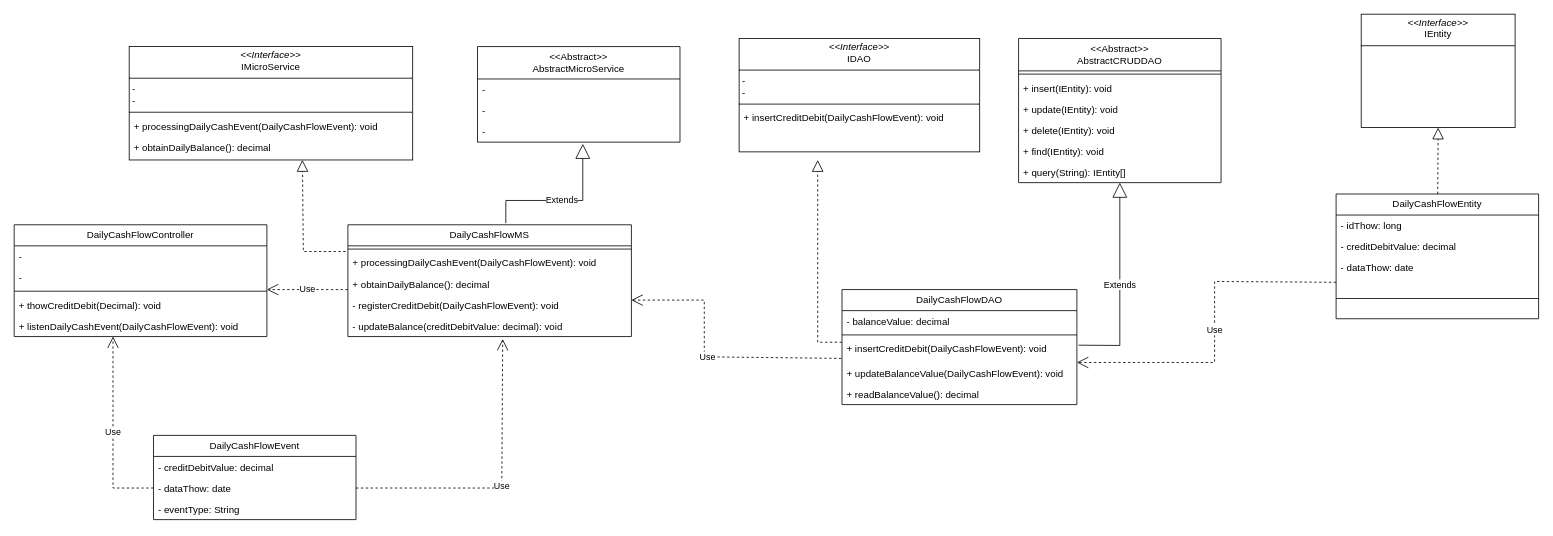
Before: page "Software Class Diagram" (2 of 3) of documentation/DailyCashFlowArchitecture.drawio in wellamaral2007/DailyCashFlowAPI, a draw.io diagram. Source tidied: cells renumbered, new cells numbered last; positions are measured from the earlier drawing's top-left corner, leaving out a move shared by most shapes. Both pictures are drawn from the tidied source at 81%, with x=0, y=0 at pixel (14, 14).
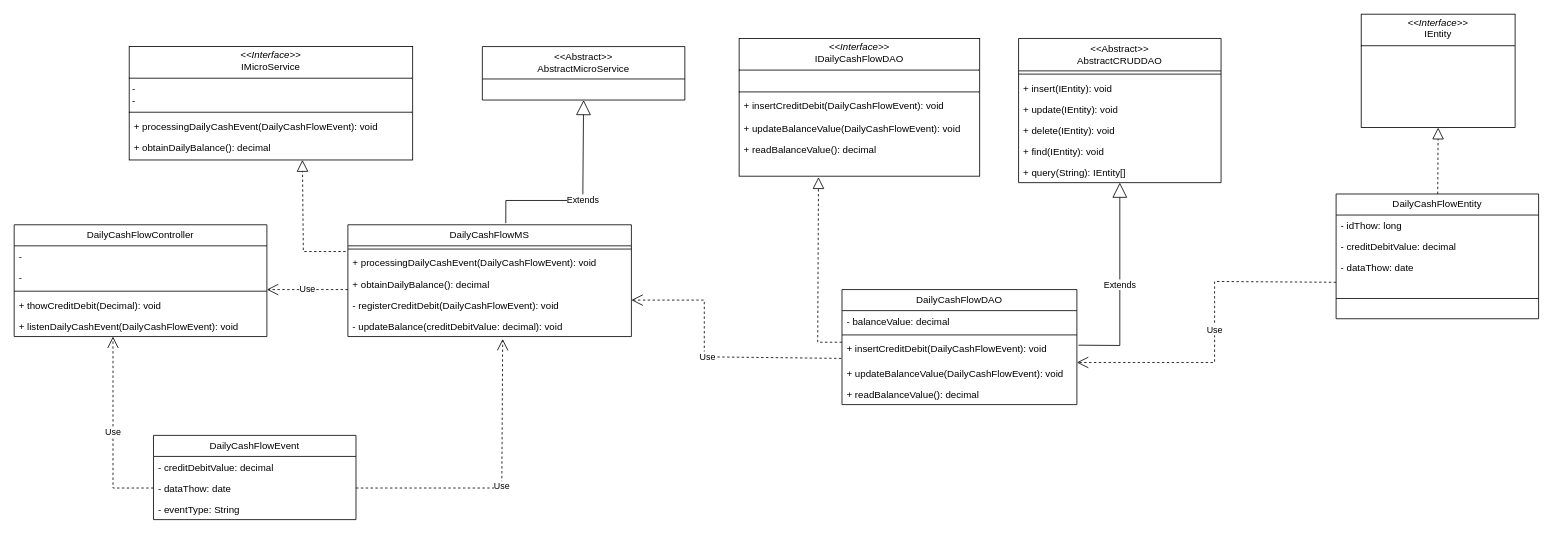
The same page after the edit.

Unchanged cells that the change refers to:
```xml
<mxCell id="8" value="DailyCashFlowMS" style="swimlane;fontStyle=0;horizontal=1;startSize=26;fillColor=none;whiteSpace=wrap;html=1;" parent="1" vertex="1">
  <mxGeometry x="412" y="260" width="350" height="138" as="geometry" />
</mxCell>
```

Change to the diagram source:
```diff
@@
     <mxCell id="14" value="&amp;lt;&amp;lt;Abstract&amp;gt;&amp;gt;&lt;div&gt;AbstractMicroService&lt;/div&gt;" style="swimlane;fontStyle=0;horizontal=1;startSize=40;fillColor=none;whiteSpace=wrap;html=1;" parent="1" vertex="1">
-      <mxGeometry x="572" y="40" width="250" height="118" as="geometry" />
+      <mxGeometry x="578" y="40" width="250" height="66" as="geometry" />
     </mxCell>
-    <mxCell id="15" value="-" style="text;strokeColor=none;fillColor=none;align=left;verticalAlign=top;spacingLeft=4;spacingRight=4;overflow=hidden;whiteSpace=wrap;html=1;" parent="14" vertex="1">
-      <mxGeometry y="40" width="250" height="26" as="geometry" />
-    </mxCell>
-    <mxCell id="16" value="-" style="text;strokeColor=none;fillColor=none;align=left;verticalAlign=top;spacingLeft=4;spacingRight=4;overflow=hidden;whiteSpace=wrap;html=1;" parent="14" vertex="1">
-      <mxGeometry y="66" width="250" height="26" as="geometry" />
-    </mxCell>
-    <mxCell id="17" value="-" style="text;strokeColor=none;fillColor=none;align=left;verticalAlign=top;spacingLeft=4;spacingRight=4;overflow=hidden;whiteSpace=wrap;html=1;" parent="14" vertex="1">
-      <mxGeometry y="92" width="250" height="26" as="geometry" />
-    </mxCell>
@@
-    <mxCell id="37" value="&lt;p style=&quot;margin:0px;margin-top:4px;text-align:center;&quot;&gt;&lt;i&gt;&amp;lt;&amp;lt;Interface&amp;gt;&amp;gt;&lt;/i&gt;&lt;br&gt;IDAO&lt;br&gt;&lt;/p&gt;&lt;hr size=&quot;1&quot; style=&quot;border-style:solid;&quot;&gt;&lt;p style=&quot;margin:0px;margin-left:4px;&quot;&gt;-&lt;br&gt;-&lt;/p&gt;&lt;hr size=&quot;1&quot; style=&quot;border-style:solid;&quot;&gt;&lt;p style=&quot;margin:0px;margin-left:4px;&quot;&gt;&lt;br&gt;&lt;/p&gt;" style="verticalAlign=top;align=left;overflow=fill;html=1;whiteSpace=wrap;" parent="1" vertex="1">
-      <mxGeometry x="895" y="30" width="297" height="140" as="geometry" />
+    <mxCell id="37" value="&lt;p style=&quot;margin:0px;margin-top:4px;text-align:center;&quot;&gt;&lt;i&gt;&amp;lt;&amp;lt;Interface&amp;gt;&amp;gt;&lt;/i&gt;&lt;br&gt;IDailyCashFlowDAO&lt;br&gt;&lt;/p&gt;&lt;hr size=&quot;1&quot; style=&quot;border-style:solid;&quot;&gt;&lt;p style=&quot;margin:0px;margin-left:4px;&quot;&gt;&lt;br&gt;&lt;/p&gt;&lt;hr size=&quot;1&quot; style=&quot;border-style:solid;&quot;&gt;&lt;p style=&quot;margin:0px;margin-left:4px;&quot;&gt;&lt;br&gt;&lt;/p&gt;" style="verticalAlign=top;align=left;overflow=fill;html=1;whiteSpace=wrap;" parent="1" vertex="1">
+      <mxGeometry x="895" y="30" width="297" height="170" as="geometry" />
     </mxCell>
@@
-    <mxCell id="40" value="Extends" style="endArrow=block;endSize=16;endFill=0;html=1;rounded=0;exitX=0.557;exitY=-0.014;exitDx=0;exitDy=0;exitPerimeter=0;" parent="1" edge="1" source="8">
+    <mxCell id="40" value="Extends" style="endArrow=block;endSize=16;endFill=0;html=1;rounded=0;exitX=0.557;exitY=-0.014;exitDx=0;exitDy=0;exitPerimeter=0;entryX=0.5;entryY=1;entryDx=0;entryDy=0;" parent="1" edge="1" source="8" target="14">
       <mxGeometry relative="1" as="geometry">
-        <mxPoint x="702" y="160" as="targetPoint" />
         <Array as="points">
           <mxPoint x="607" y="230" />
           <mxPoint x="702" y="230" />
         </Array>
       </mxGeometry>
     </mxCell>
@@
     <mxCell id="54" value="+ insertCreditDebit(DailyCashFlowEvent): void&lt;div&gt;&lt;br&gt;&lt;/div&gt;" style="text;strokeColor=none;fillColor=none;align=left;verticalAlign=top;spacingLeft=4;spacingRight=4;overflow=hidden;whiteSpace=wrap;html=1;" parent="1" vertex="1">
-      <mxGeometry x="895" y="114" width="350" height="26" as="geometry" />
+      <mxGeometry x="895" y="100" width="350" height="26" as="geometry" />
     </mxCell>
-    <mxCell id="55" style="endArrow=block;dashed=1;endFill=0;endSize=12;html=1;rounded=0;entryX=0.5;entryY=1;entryDx=0;entryDy=0;" parent="1" edge="1">
+    <mxCell id="55" style="endArrow=block;dashed=1;endFill=0;endSize=12;html=1;rounded=0;entryX=0.33;entryY=1.007;entryDx=0;entryDy=0;entryPerimeter=0;" parent="1" edge="1" target="37">
       <mxGeometry relative="1" as="geometry">
         <mxPoint x="1022" y="405" as="sourcePoint" />
-        <mxPoint x="992" y="180" as="targetPoint" />
         <Array as="points">
           <mxPoint x="992" y="405" />
         </Array>
       </mxGeometry>
     </mxCell>
+    <mxCell id="56" value="+ updateBalanceValue(DailyCashFlowEvent): void&lt;div&gt;&lt;br&gt;&lt;/div&gt;" style="text;strokeColor=none;fillColor=none;align=left;verticalAlign=top;spacingLeft=4;spacingRight=4;overflow=hidden;whiteSpace=wrap;html=1;" parent="1" vertex="1">
+      <mxGeometry x="895" y="128" width="290" height="26" as="geometry" />
+    </mxCell>
+    <mxCell id="57" value="+ readBalanceValue(): decimal&lt;div&gt;&lt;br&gt;&lt;/div&gt;" style="text;strokeColor=none;fillColor=none;align=left;verticalAlign=top;spacingLeft=4;spacingRight=4;overflow=hidden;whiteSpace=wrap;html=1;" parent="1" vertex="1">
+      <mxGeometry x="895" y="154" width="290" height="26" as="geometry" />
+    </mxCell>
```
